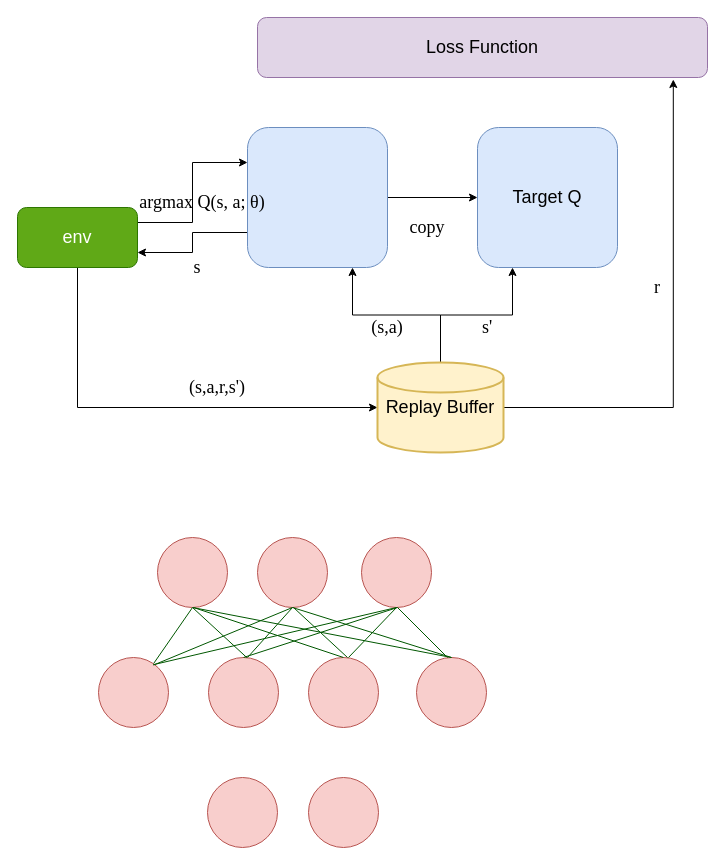
This is ddqn.drawio from lishuai-0/picture_source_file_draw_io, a draw.io file, before an edit. Source tidied: cells renumbered, new cells numbered last; positions are measured from the earlier drawing's top-left corner, leaving out a move shared by most shapes. Both pictures are drawn from the tidied source at 100%, with x=0, y=0 at pixel (17, 17).
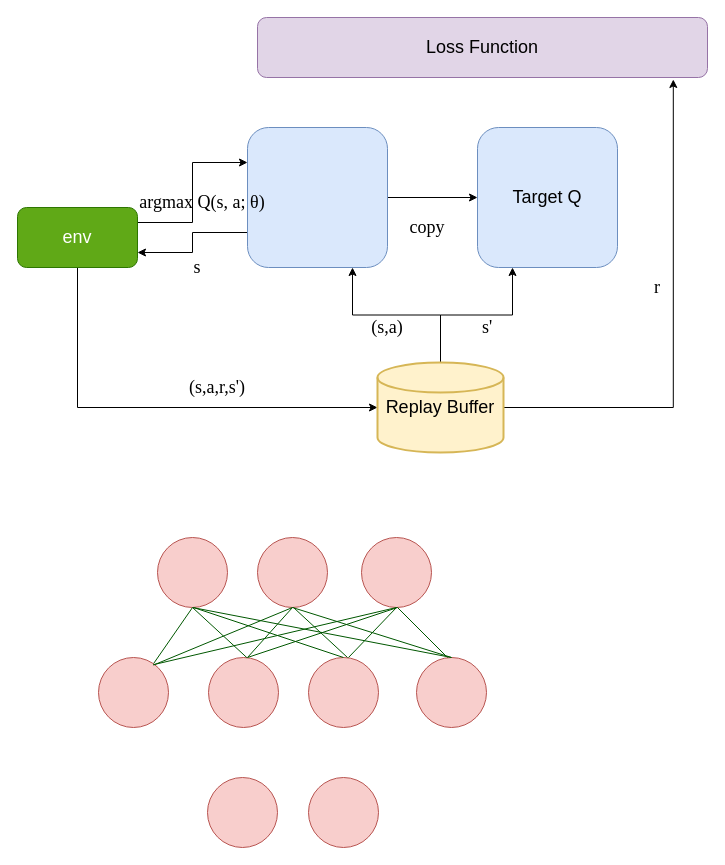
The same diagram, later.

The change refers to these unchanged cells:
```xml
<mxCell id="26" style="ellipse;whiteSpace=wrap;html=1;fillColor=#f8cecc;strokeColor=#b85450;" parent="1" vertex="1">
  <mxGeometry x="191" y="640" width="70" height="70" as="geometry" />
</mxCell>
```

Diff of the diagram source:
```diff
@@
-    <mxCell id="40" style="rounded=1;jettySize=auto;html=1;strokeColor=#005700;endArrow=none;endFill=0;fillColor=#008a00;entryX=0.5;entryY=0;entryDx=0;entryDy=0;" parent="1" edge="1" target="26">
+    <mxCell id="40" style="rounded=1;orthogonalLoop=1;jettySize=auto;html=1;strokeColor=#005700;endArrow=none;endFill=0;fillColor=#008a00;" parent="1" edge="1">
       <mxGeometry relative="1" as="geometry">
         <mxPoint x="380" y="590" as="sourcePoint" />
+        <mxPoint x="230" y="640" as="targetPoint" />
       </mxGeometry>
     </mxCell>
```
